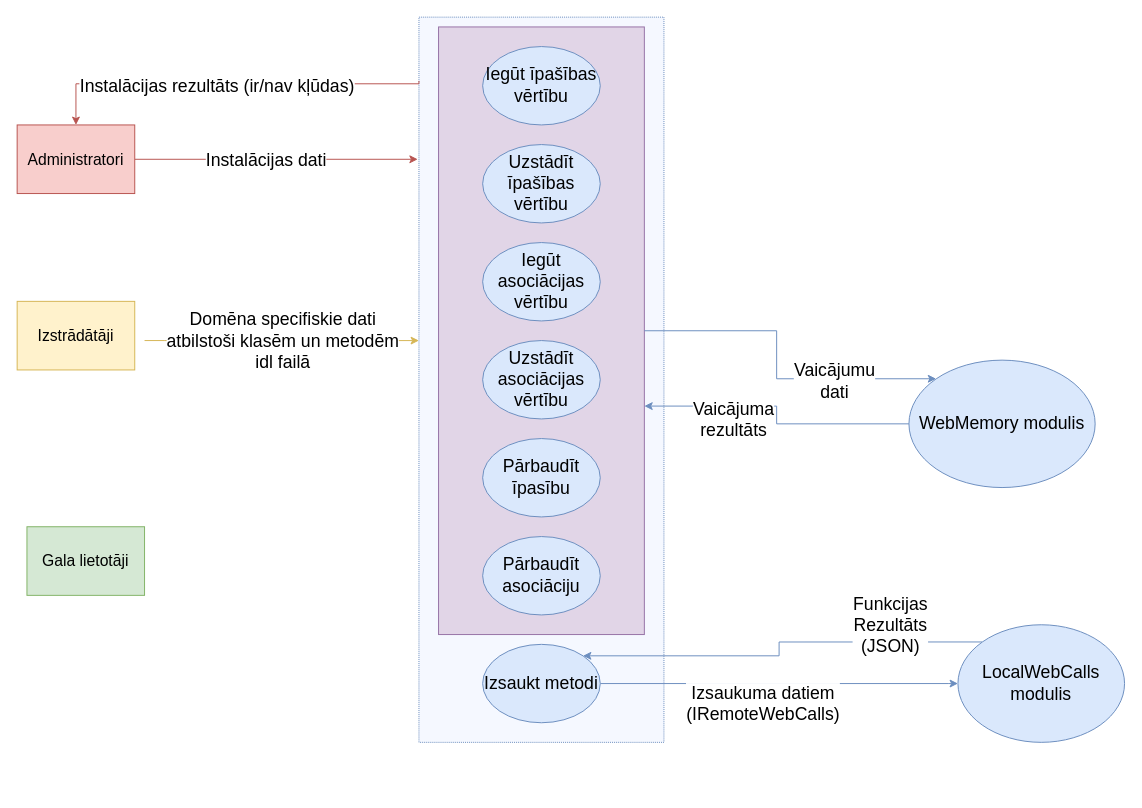
This is page "Ģenerētais kods" (6 of 9) of src/Kvalifikacijas darbs/Diagrammas/DPD.drawio from artiks12/webAppOS, a draw.io file, before an edit. Source tidied: cells renumbered, new cells numbered last; positions are measured from the earlier drawing's top-left corner, leaving out a move shared by most shapes. Both pictures are drawn from the tidied source at 98%, with x=0, y=0 at pixel (17, 17).
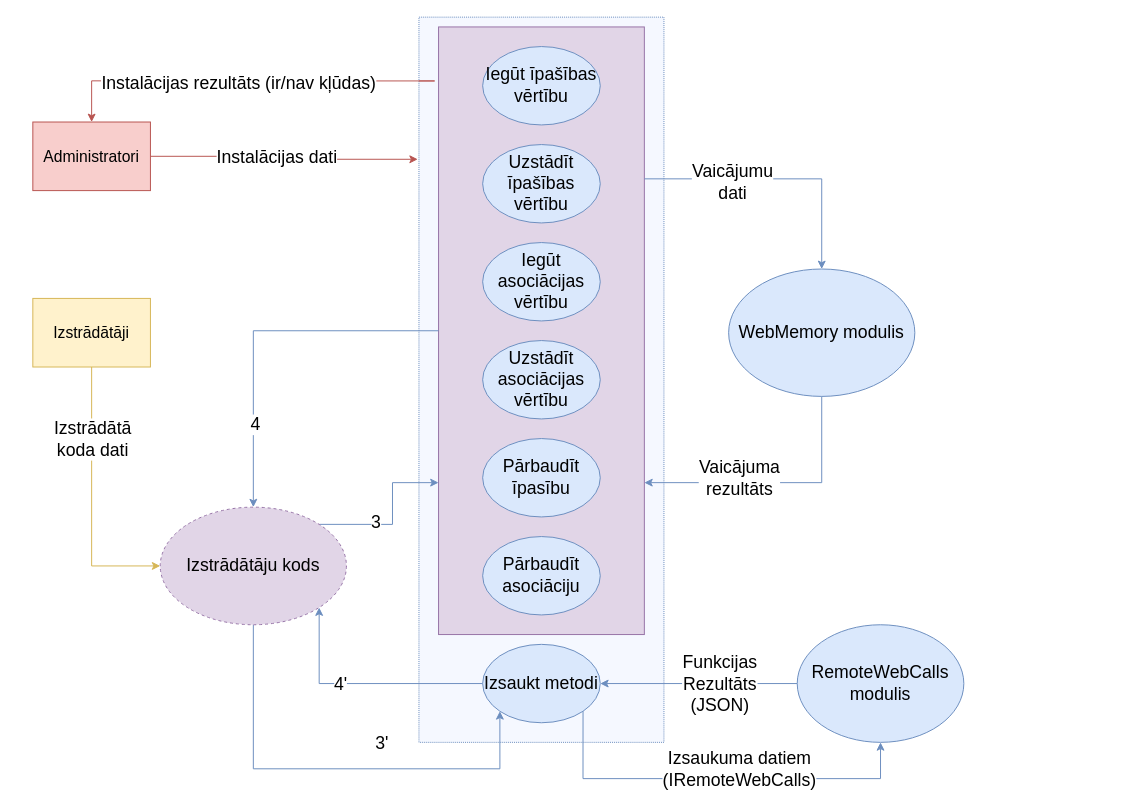
After the change.

Unchanged cells that the change refers to:
```xml
<mxCell id="2" style="rounded=0;whiteSpace=wrap;html=1;dashed=1;dashPattern=1 1;fillColor=#F5F8FF;strokeColor=#6c8ebf;" parent="1" vertex="1">
  <mxGeometry x="410" width="250" height="740" as="geometry" />
</mxCell>
<mxCell id="3" style="rounded=0;whiteSpace=wrap;html=1;labelBackgroundColor=#FFFFFF;fillColor=#e1d5e7;strokeColor=#9673a6;" parent="1" vertex="1">
  <mxGeometry x="430" y="10" width="210" height="620" as="geometry" />
</mxCell>
<mxCell id="19" value="&lt;font style=&quot;font-size: 18px&quot;&gt;Izsaukt metodi&lt;/font&gt;" style="ellipse;whiteSpace=wrap;html=1;fillColor=#dae8fc;strokeColor=#6c8ebf;" parent="1" vertex="1">
  <mxGeometry x="475" y="640" width="120" height="80" as="geometry" />
</mxCell>
```

The edit, as a diff of the source:
```diff
@@
-    <mxCell id="4" style="edgeStyle=orthogonalEdgeStyle;rounded=0;jettySize=auto;html=1;entryX=0.146;entryY=0.146;entryDx=0;entryDy=0;fillColor=#dae8fc;strokeColor=#6c8ebf;entryPerimeter=0;exitX=1;exitY=0.5;exitDx=0;exitDy=0;" parent="1" edge="1" source="3" target="21">
+    <mxCell id="4" style="edgeStyle=orthogonalEdgeStyle;rounded=0;jettySize=auto;html=1;entryX=0.5;entryY=0;entryDx=0;entryDy=0;fillColor=#dae8fc;strokeColor=#6c8ebf;exitX=1;exitY=0.25;exitDx=0;exitDy=0;" parent="1" edge="1" source="3" target="21">
       <mxGeometry relative="1" as="geometry" />
     </mxCell>
-    <mxCell id="5" style="edgeStyle=orthogonalEdgeStyle;rounded=0;jettySize=auto;html=1;exitX=1;exitY=0.5;exitDx=0;exitDy=0;entryX=0;entryY=0.5;entryDx=0;entryDy=0;fillColor=#dae8fc;strokeColor=#6c8ebf;" parent="1" edge="1" source="19" target="23">
+    <mxCell id="5" style="edgeStyle=orthogonalEdgeStyle;rounded=0;jettySize=auto;html=1;exitX=1;exitY=1;exitDx=0;exitDy=0;entryX=0.5;entryY=1;entryDx=0;entryDy=0;fillColor=#dae8fc;strokeColor=#6c8ebf;" parent="1" edge="1" source="19" target="23">
       <mxGeometry relative="1" as="geometry">
         <Array as="points">
-          <mxPoint x="950" y="680" />
-          <mxPoint x="950" y="680" />
+          <mxPoint x="577" y="777" />
+          <mxPoint x="881" y="777" />
         </Array>
       </mxGeometry>
     </mxCell>
@@
     <mxCell id="12" style="edgeStyle=orthogonalEdgeStyle;rounded=0;jettySize=auto;html=1;entryX=0.5;entryY=0;entryDx=0;entryDy=0;exitX=0;exitY=0.088;exitDx=0;exitDy=0;exitPerimeter=0;fillColor=#f8cecc;strokeColor=#b85450;" parent="1" edge="1" source="2" target="17">
       <mxGeometry relative="1" as="geometry">
         <Array as="points">
-          <mxPoint x="410" y="68" />
-          <mxPoint x="60" y="68" />
+          <mxPoint x="426" y="65" />
+          <mxPoint x="76" y="65" />
         </Array>
       </mxGeometry>
     </mxCell>
@@
     <mxCell id="14" value="&lt;font size=&quot;3&quot;&gt;Izstrādātāji&lt;/font&gt;" style="rounded=0;whiteSpace=wrap;html=1;fillColor=#fff2cc;strokeColor=#d6b656;" parent="1" vertex="1">
-      <mxGeometry y="290" width="120" height="70" as="geometry" />
+      <mxGeometry x="16" y="287" width="120" height="70" as="geometry" />
     </mxCell>
@@
     <mxCell id="17" value="&lt;font size=&quot;3&quot;&gt;Administratori&lt;br&gt;&lt;/font&gt;" style="rounded=0;whiteSpace=wrap;html=1;fillColor=#f8cecc;strokeColor=#b85450;" parent="1" vertex="1">
-      <mxGeometry y="110" width="120" height="70" as="geometry" />
+      <mxGeometry x="16" y="107" width="120" height="70" as="geometry" />
     </mxCell>
-    <mxCell id="18" value="&lt;font size=&quot;3&quot;&gt;Gala lietotāji&lt;/font&gt;" style="rounded=0;whiteSpace=wrap;html=1;fillColor=#d5e8d4;strokeColor=#82b366;" parent="1" vertex="1">
-      <mxGeometry x="10" y="520" width="120" height="70" as="geometry" />
-    </mxCell>
+    <mxCell id="30" style="edgeStyle=orthogonalEdgeStyle;rounded=0;jettySize=auto;html=1;entryX=1;entryY=1;entryDx=0;entryDy=0;fillColor=#dae8fc;strokeColor=#6c8ebf;" parent="1" edge="1" source="19" target="37">
+      <mxGeometry relative="1" as="geometry" />
+    </mxCell>
+    <mxCell id="31" value="&lt;font style=&quot;font-size: 18px&quot;&gt;4'&lt;/font&gt;" style="edgeLabel;html=1;align=center;verticalAlign=middle;" parent="30" vertex="1">
+      <mxGeometry x="0.2" y="-4" relative="1" as="geometry">
+        <mxPoint x="1" y="4" as="offset" />
+      </mxGeometry>
+    </mxCell>
@@
-    <mxCell id="20" style="edgeStyle=orthogonalEdgeStyle;rounded=0;jettySize=auto;html=1;exitX=0;exitY=0.5;exitDx=0;exitDy=0;entryX=1;entryY=0.624;entryDx=0;entryDy=0;fillColor=#dae8fc;strokeColor=#6c8ebf;entryPerimeter=0;" parent="1" edge="1" source="21" target="3">
-      <mxGeometry relative="1" as="geometry" />
+    <mxCell id="20" style="edgeStyle=orthogonalEdgeStyle;rounded=0;jettySize=auto;html=1;exitX=0.5;exitY=1;exitDx=0;exitDy=0;entryX=1;entryY=0.75;entryDx=0;entryDy=0;fillColor=#dae8fc;strokeColor=#6c8ebf;" parent="1" edge="1" source="21" target="3">
+      <mxGeometry relative="1" as="geometry">
+        <Array as="points">
+          <mxPoint x="821" y="475" />
+        </Array>
+      </mxGeometry>
     </mxCell>
     <mxCell id="21" value="&lt;font style=&quot;font-size: 18px&quot;&gt;WebMemory modulis&lt;/font&gt;" style="ellipse;whiteSpace=wrap;html=1;fillColor=#dae8fc;strokeColor=#6c8ebf;" parent="1" vertex="1">
-      <mxGeometry x="910" y="350" width="190" height="130" as="geometry" />
+      <mxGeometry x="726" y="257" width="190" height="130" as="geometry" />
     </mxCell>
-    <mxCell id="22" style="edgeStyle=orthogonalEdgeStyle;rounded=0;jettySize=auto;html=1;exitX=0;exitY=0;exitDx=0;exitDy=0;entryX=1;entryY=0;entryDx=0;entryDy=0;fillColor=#dae8fc;strokeColor=#6c8ebf;" parent="1" edge="1" source="23" target="19">
+    <mxCell id="22" style="edgeStyle=orthogonalEdgeStyle;rounded=0;jettySize=auto;html=1;exitX=0;exitY=0.5;exitDx=0;exitDy=0;entryX=1;entryY=0.5;entryDx=0;entryDy=0;fillColor=#dae8fc;strokeColor=#6c8ebf;" parent="1" edge="1" source="23" target="19">
       <mxGeometry relative="1" as="geometry" />
     </mxCell>
-    <mxCell id="23" value="&lt;font style=&quot;font-size: 18px&quot;&gt;LocalWebCalls modulis&lt;/font&gt;" style="ellipse;whiteSpace=wrap;html=1;fillColor=#dae8fc;strokeColor=#6c8ebf;" parent="1" vertex="1">
-      <mxGeometry x="960" y="620" width="170" height="120" as="geometry" />
+    <mxCell id="23" value="&lt;font style=&quot;font-size: 18px&quot;&gt;RemoteWebCalls&lt;br&gt;modulis&lt;br&gt;&lt;/font&gt;" style="ellipse;whiteSpace=wrap;html=1;fillColor=#dae8fc;strokeColor=#6c8ebf;" parent="1" vertex="1">
+      <mxGeometry x="796" y="620" width="170" height="120" as="geometry" />
     </mxCell>
     <mxCell id="24" value="&lt;span style=&quot;font-size: 18px&quot;&gt;Vaicājumu &lt;br&gt;dati&lt;br&gt;&lt;/span&gt;" style="edgeLabel;html=1;align=center;verticalAlign=middle;labelBackgroundColor=#FFFFFF;" parent="1" vertex="1">
-      <mxGeometry x="840" y="380" as="geometry">
+      <mxGeometry x="736" y="177" as="geometry">
         <mxPoint x="-7" y="-9" as="offset" />
       </mxGeometry>
     </mxCell>
     <mxCell id="25" value="&lt;font style=&quot;font-size: 18px&quot;&gt;Vaicājuma &lt;br&gt;rezultāts&lt;/font&gt;" style="edgeLabel;html=1;align=center;verticalAlign=middle;labelBackgroundColor=#FFFFFF;" parent="1" vertex="1">
-      <mxGeometry x="730" y="410" as="geometry" />
+      <mxGeometry x="736" y="470" as="geometry" />
     </mxCell>
     <mxCell id="26" value="&lt;font style=&quot;font-size: 18px&quot;&gt;Izsaukuma datiem&lt;br&gt;(IRemoteWebCalls)&lt;br&gt;&lt;/font&gt;" style="edgeLabel;html=1;align=center;verticalAlign=middle;" parent="1" vertex="1">
-      <mxGeometry x="760" y="700" as="geometry" />
+      <mxGeometry x="736" y="767" as="geometry" />
     </mxCell>
     <mxCell id="27" value="&lt;font style=&quot;font-size: 18px&quot;&gt;Funkcijas&lt;br&gt;Rezultāts &lt;br&gt;(JSON)&lt;br&gt;&lt;/font&gt;" style="edgeLabel;html=1;align=center;verticalAlign=middle;" parent="1" vertex="1">
-      <mxGeometry x="890" y="620" as="geometry" />
+      <mxGeometry x="716" y="680" as="geometry" />
     </mxCell>
-    <mxCell id="28" style="edgeStyle=orthogonalEdgeStyle;rounded=0;jettySize=auto;html=1;fillColor=#fff2cc;strokeColor=#d6b656;entryX=0;entryY=0.446;entryDx=0;entryDy=0;entryPerimeter=0;" parent="1" edge="1" target="2">
+    <mxCell id="28" style="edgeStyle=orthogonalEdgeStyle;rounded=0;jettySize=auto;html=1;fillColor=#fff2cc;strokeColor=#d6b656;entryX=0;entryY=0.5;entryDx=0;entryDy=0;exitX=0.5;exitY=1;exitDx=0;exitDy=0;" parent="1" edge="1" source="14" target="37">
       <mxGeometry relative="1" as="geometry">
-        <mxPoint x="130" y="330" as="sourcePoint" />
         <Array as="points">
-          <mxPoint x="150" y="330" />
-          <mxPoint x="150" y="330" />
+          <mxPoint x="76" y="560" />
         </Array>
       </mxGeometry>
     </mxCell>
-    <mxCell id="29" value="&lt;font style=&quot;font-size: 18px&quot;&gt;Domēna specifiskie dati&lt;br&gt;atbilstoši klasēm un metodēm &lt;br&gt;idl failā&lt;br&gt;&lt;/font&gt;" style="edgeLabel;html=1;align=center;verticalAlign=middle;" parent="28" vertex="1">
-      <mxGeometry x="0.34" y="3" relative="1" as="geometry">
-        <mxPoint x="-48" y="3" as="offset" />
-      </mxGeometry>
-    </mxCell>
+    <mxCell id="32" style="edgeStyle=orthogonalEdgeStyle;rounded=0;jettySize=auto;html=1;entryX=0;entryY=1;entryDx=0;entryDy=0;exitX=0.5;exitY=1;exitDx=0;exitDy=0;fillColor=#dae8fc;strokeColor=#6c8ebf;" parent="1" edge="1" source="37" target="19">
+      <mxGeometry relative="1" as="geometry">
+        <Array as="points">
+          <mxPoint x="241" y="767" />
+          <mxPoint x="493" y="767" />
+        </Array>
+      </mxGeometry>
+    </mxCell>
+    <mxCell id="33" style="edgeStyle=orthogonalEdgeStyle;rounded=0;jettySize=auto;html=1;exitX=1;exitY=0;exitDx=0;exitDy=0;entryX=0;entryY=0.75;entryDx=0;entryDy=0;fontSize=18;fillColor=#dae8fc;strokeColor=#6c8ebf;" parent="1" edge="1" source="37" target="3">
+      <mxGeometry relative="1" as="geometry" />
+    </mxCell>
+    <mxCell id="34" value="3" style="edgeLabel;html=1;align=center;verticalAlign=middle;fontSize=18;" parent="33" vertex="1">
+      <mxGeometry x="-0.31" y="2" relative="1" as="geometry" />
+    </mxCell>
+    <mxCell id="35" style="edgeStyle=orthogonalEdgeStyle;rounded=0;jettySize=auto;html=1;fontSize=18;fillColor=#dae8fc;strokeColor=#6c8ebf;exitX=0;exitY=0.5;exitDx=0;exitDy=0;" parent="1" edge="1" source="3" target="37">
+      <mxGeometry relative="1" as="geometry">
+        <Array as="points">
+          <mxPoint x="241" y="320" />
+        </Array>
+      </mxGeometry>
+    </mxCell>
+    <mxCell id="36" value="4" style="edgeLabel;html=1;align=center;verticalAlign=middle;fontSize=18;" parent="35" vertex="1">
+      <mxGeometry x="0.54" y="1" relative="1" as="geometry" />
+    </mxCell>
+    <mxCell id="37" value="&lt;span style=&quot;font-size: 18px&quot;&gt;Izstrādātāju kods&lt;/span&gt;" style="ellipse;whiteSpace=wrap;html=1;fillColor=#e1d5e7;strokeColor=#9673a6;dashed=1;" parent="1" vertex="1">
+      <mxGeometry x="146" y="500" width="190" height="120" as="geometry" />
+    </mxCell>
+    <mxCell id="38" value="&lt;font style=&quot;font-size: 18px&quot;&gt;Izstrādātā &lt;br&gt;koda dati&lt;/font&gt;" style="edgeLabel;html=1;align=center;verticalAlign=middle;" parent="1" vertex="1">
+      <mxGeometry x="76" y="430" as="geometry" />
+    </mxCell>
+    <mxCell id="39" value="&lt;font style=&quot;font-size: 18px&quot;&gt;3'&lt;/font&gt;" style="edgeLabel;html=1;align=center;verticalAlign=middle;" parent="1" vertex="1">
+      <mxGeometry x="375.6" y="738" as="geometry">
+        <mxPoint x="-4" y="2" as="offset" />
+      </mxGeometry>
+    </mxCell>
```
